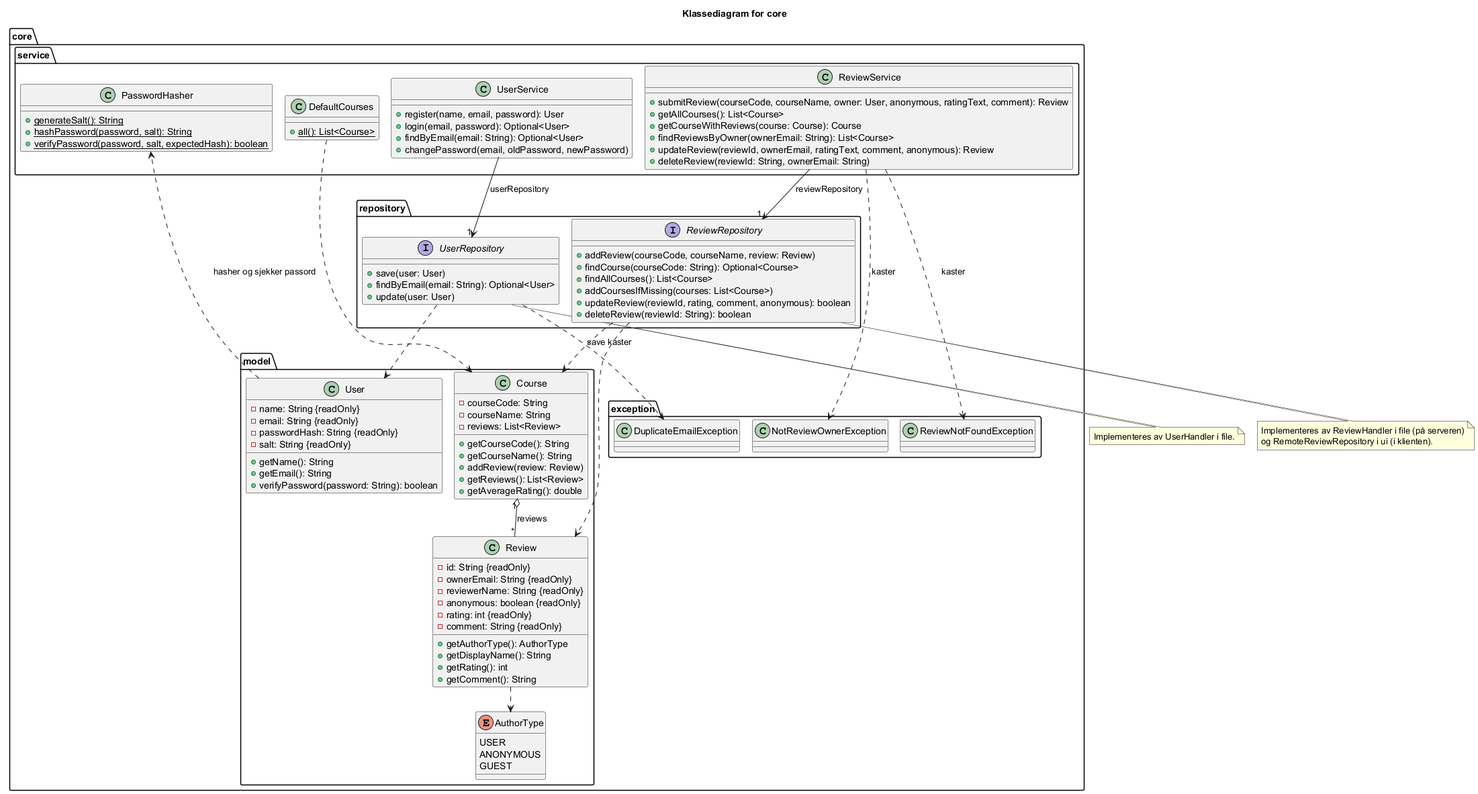
JesperBarosen/BIThub keeps this PlantUML diagram as arkitektur/png/klassediagramCore.png. Above is the earlier version.
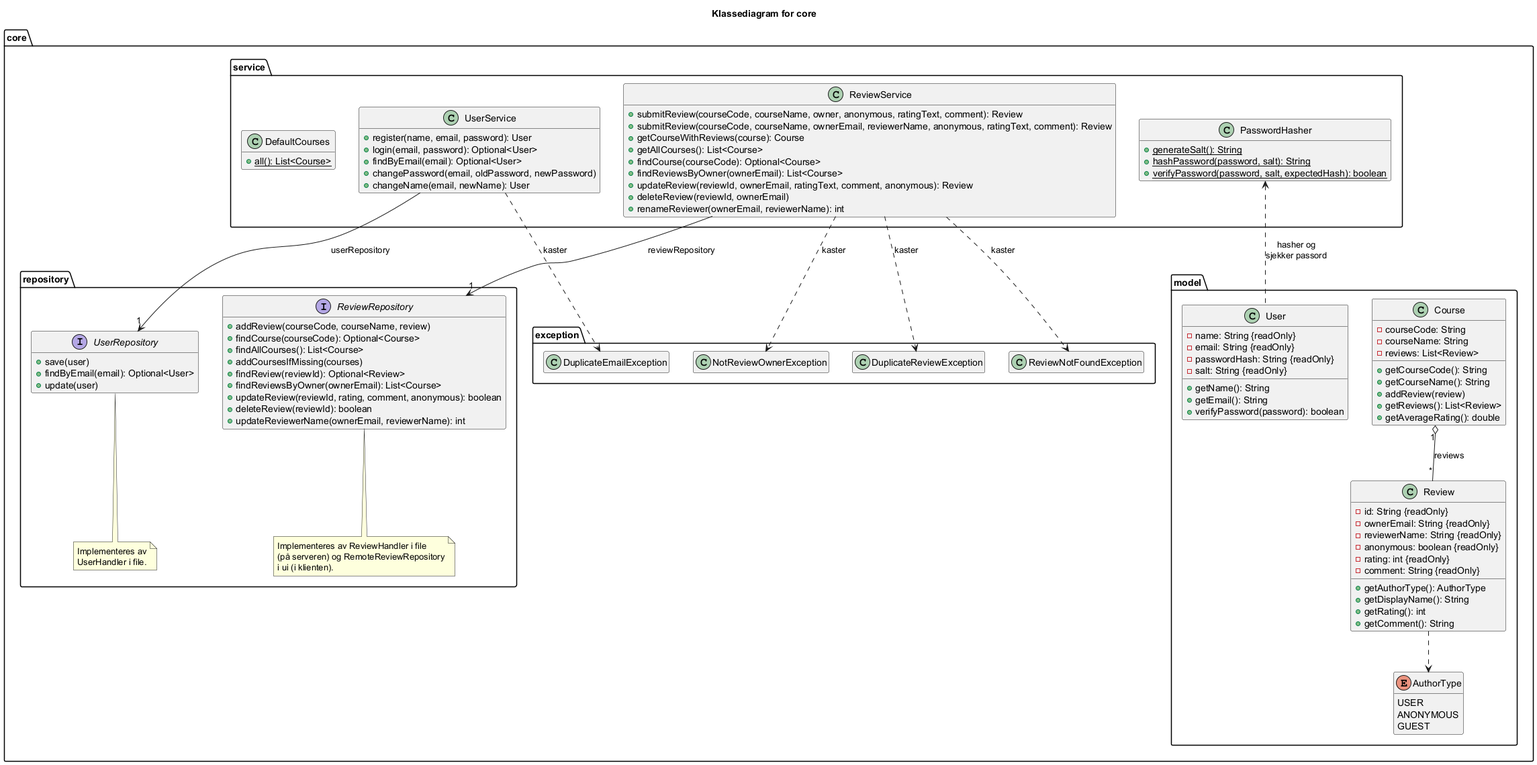
Later version of the same file.

Change to the diagram source:
```diff
@@ -1,7 +1,77 @@
-@startuml
-!pragma layout smetana
+@startuml klassediagramCore
+hide empty members
 
 title Klassediagram for core
+
+package core.service {
+    class UserService {
+        + register(name, email, password): User
+        + login(email, password): Optional<User>
+        + findByEmail(email): Optional<User>
+        + changePassword(email, oldPassword, newPassword)
+        + changeName(email, newName): User
+    }
+
+    class ReviewService {
+        + submitReview(courseCode, courseName, owner, anonymous, ratingText, comment): Review
+        + submitReview(courseCode, courseName, ownerEmail, reviewerName, anonymous, ratingText, comment): Review
+        + getCourseWithReviews(course): Course
+        + getAllCourses(): List<Course>
+        + findCourse(courseCode): Optional<Course>
+        + findReviewsByOwner(ownerEmail): List<Course>
+        + updateReview(reviewId, ownerEmail, ratingText, comment, anonymous): Review
+        + deleteReview(reviewId, ownerEmail)
+        + renameReviewer(ownerEmail, reviewerName): int
+    }
+
+    class PasswordHasher {
+        + {static} generateSalt(): String
+        + {static} hashPassword(password, salt): String
+        + {static} verifyPassword(password, salt, expectedHash): boolean
+    }
+
+    class DefaultCourses {
+        + {static} all(): List<Course>
+    }
+}
+
+package core.repository {
+    interface UserRepository {
+        + save(user)
+        + findByEmail(email): Optional<User>
+        + update(user)
+    }
+
+    interface ReviewRepository {
+        + addReview(courseCode, courseName, review)
+        + findCourse(courseCode): Optional<Course>
+        + findAllCourses(): List<Course>
+        + addCoursesIfMissing(courses)
+        + findReview(reviewId): Optional<Review>
+        + findReviewsByOwner(ownerEmail): List<Course>
+        + updateReview(reviewId, rating, comment, anonymous): boolean
+        + deleteReview(reviewId): boolean
+        + updateReviewerName(ownerEmail, reviewerName): int
+    }
+
+    note bottom of ReviewRepository
+      Implementeres av ReviewHandler i file
+      (på serveren) og RemoteReviewRepository
+      i ui (i klienten).
+    end note
+
+    note bottom of UserRepository
+      Implementeres av
+      UserHandler i file.
+    end note
+}
+
+package core.exception {
+    class DuplicateEmailException
+    class ReviewNotFoundException
+    class NotReviewOwnerException
+    class DuplicateReviewException
+}
 
 package core.model {
     class Course {
@@ -10,7 +80,7 @@
         - reviews: List<Review>
         + getCourseCode(): String
         + getCourseName(): String
-        + addReview(review: Review)
+        + addReview(review)
         + getReviews(): List<Review>
         + getAverageRating(): double
     }
@@ -41,83 +111,20 @@
         - salt: String {readOnly}
         + getName(): String
         + getEmail(): String
-        + verifyPassword(password: String): boolean
+        + verifyPassword(password): boolean
     }
 }
 
-package core.service {
-    class ReviewService {
-        + submitReview(courseCode, courseName, owner: User, anonymous, ratingText, comment): Review
-        + getAllCourses(): List<Course>
-        + getCourseWithReviews(course: Course): Course
-        + findReviewsByOwner(ownerEmail: String): List<Course>
-        + updateReview(reviewId, ownerEmail, ratingText, comment, anonymous): Review
-        + deleteReview(reviewId: String, ownerEmail: String)
-    }
+ReviewService --> "1" ReviewRepository : reviewRepository
+UserService --> "1" UserRepository : userRepository
 
-    class UserService {
-        + register(name, email, password): User
-        + login(email, password): Optional<User>
-        + findByEmail(email: String): Optional<User>
-        + changePassword(email, oldPassword, newPassword)
-    }
-
-    class PasswordHasher {
-        + {static} generateSalt(): String
-        + {static} hashPassword(password, salt): String
-        + {static} verifyPassword(password, salt, expectedHash): boolean
-    }
-
-    class DefaultCourses {
-        + {static} all(): List<Course>
-    }
-}
-
-package core.repository {
-    interface ReviewRepository {
-        + addReview(courseCode, courseName, review: Review)
-        + findCourse(courseCode: String): Optional<Course>
-        + findAllCourses(): List<Course>
-        + addCoursesIfMissing(courses: List<Course>)
-        + updateReview(reviewId, rating, comment, anonymous): boolean
-        + deleteReview(reviewId: String): boolean
-    }
-
-    interface UserRepository {
-        + save(user: User)
-        + findByEmail(email: String): Optional<User>
-        + update(user: User)
-    }
-}
-
-package core.exception {
-    class ReviewNotFoundException
-    class NotReviewOwnerException
-    class DuplicateEmailException
-}
+ReviewService ..> ReviewNotFoundException : kaster
+ReviewService ..> NotReviewOwnerException : kaster
+ReviewService ..> DuplicateReviewException : kaster
+UserService ..> DuplicateEmailException : kaster
 
 Course "1" o-- "*" Review : reviews
 Review ..> AuthorType
-User ..> PasswordHasher : hasher og sjekker passord
-
-ReviewService --> "1" ReviewRepository : reviewRepository
-UserService --> "1" UserRepository : userRepository
-ReviewService ..> ReviewNotFoundException : kaster
-ReviewService ..> NotReviewOwnerException : kaster
-UserRepository ..> DuplicateEmailException : save kaster
-DefaultCourses ..> Course
-
-ReviewRepository ..> Course
-ReviewRepository ..> Review
-UserRepository ..> User
-
-note bottom of ReviewRepository
-  Implementeres av ReviewHandler i file (på serveren)
-  og RemoteReviewRepository i ui (i klienten).
-end note
-
-note bottom of UserRepository
-  Implementeres av UserHandler i file.
-end note
+PasswordHasher <.. User : hasher og\nsjekker passord
 
 @enduml
```
